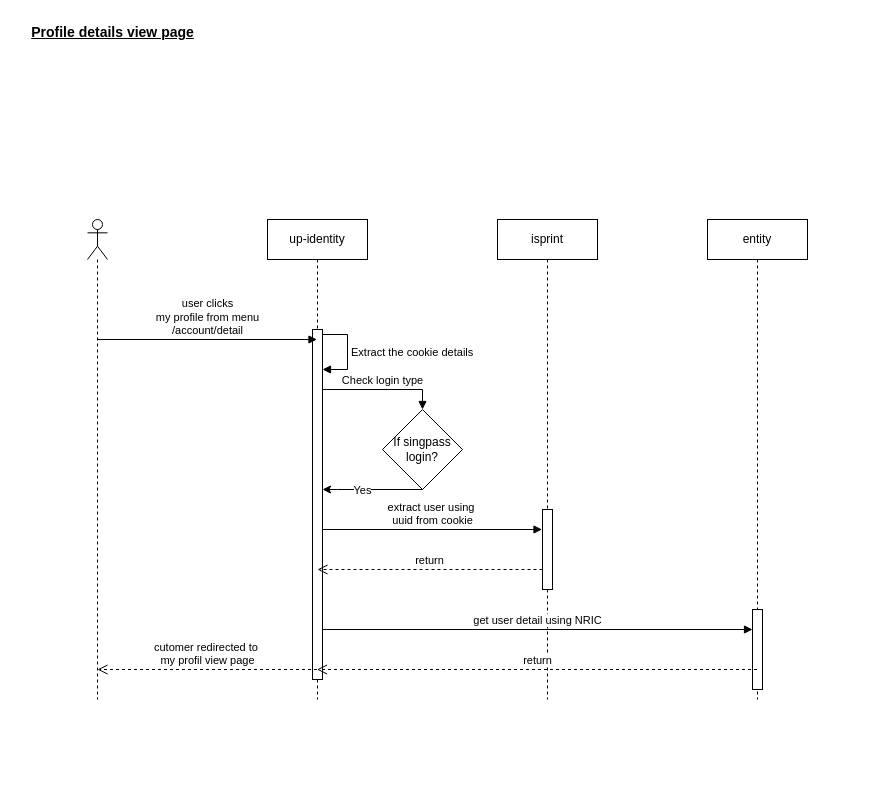
ajeeshraj56/drawio keeps this draw.io diagram as page "My profile view page" (1 of 2) of MyProfile.drawio. Above is the earlier version. Source tidied: cells renumbered, new cells numbered last; positions are measured from the earlier drawing's top-left corner, leaving out a move shared by most shapes. Both pictures are drawn from the tidied source at 100%, with x=0, y=0 at pixel (17, 17).
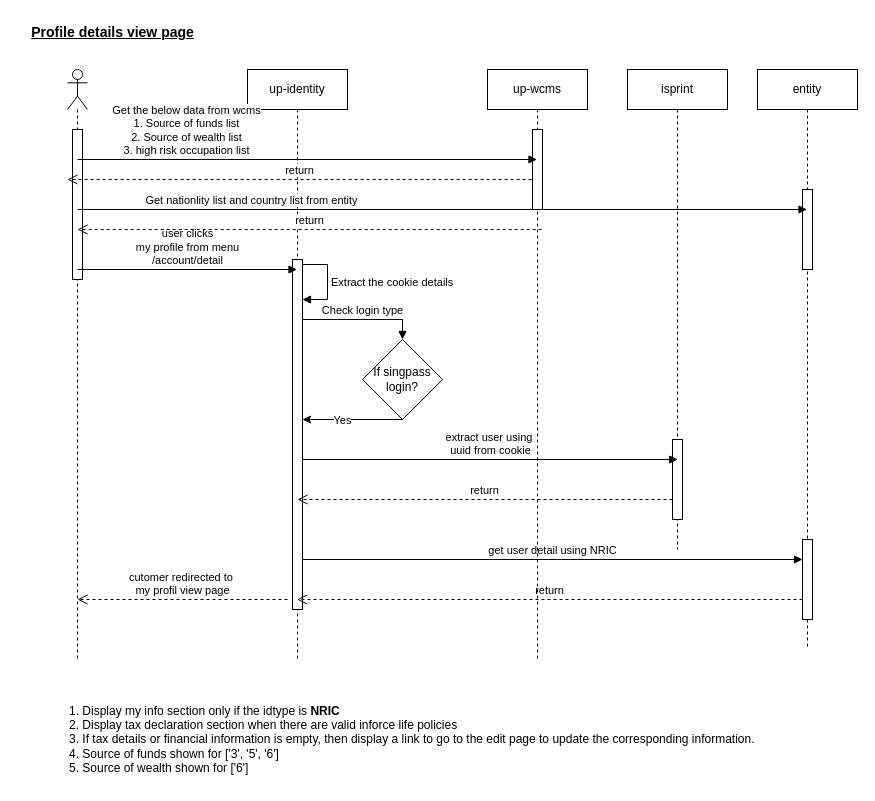
The same diagram, later.

Diff of the diagram source:
```diff
@@
     <mxCell id="2" style="shape=umlLifeline;perimeter=lifelinePerimeter;whiteSpace=wrap;html=1;newEdgeStyle={&quot;curved&quot;:0,&quot;rounded&quot;:0};participant=umlActor;" parent="1" vertex="1">
-      <mxGeometry x="70" y="202" width="20" height="480" as="geometry" />
+      <mxGeometry x="50" y="52" width="20" height="590" as="geometry" />
     </mxCell>
+    <mxCell id="21" style="html=1;perimeter=orthogonalPerimeter;targetShapes=umlLifeline;newEdgeStyle={&quot;curved&quot;:0,&quot;rounded&quot;:0};" parent="2" vertex="1">
+      <mxGeometry x="5" y="60" width="10" height="150" as="geometry" />
+    </mxCell>
@@
     <mxCell id="4" value="up-identity" style="shape=umlLifeline;perimeter=lifelinePerimeter;whiteSpace=wrap;html=1;outlineConnect=0;portConstraint=eastwest;newEdgeStyle={&quot;curved&quot;:0,&quot;rounded&quot;:0};" parent="1" vertex="1">
-      <mxGeometry x="250" y="202" width="100" height="480" as="geometry" />
+      <mxGeometry x="230" y="52" width="100" height="590" as="geometry" />
     </mxCell>
     <mxCell id="5" style="html=1;points=[[0,0,0,0,5],[0,1,0,0,-5],[1,0,0,0,5],[1,1,0,0,-5]];perimeter=orthogonalPerimeter;outlineConnect=0;targetShapes=umlLifeline;portConstraint=eastwest;newEdgeStyle={&quot;curved&quot;:0,&quot;rounded&quot;:0};" parent="4" vertex="1">
-      <mxGeometry x="45" y="110" width="10" height="350" as="geometry" />
+      <mxGeometry x="45" y="190" width="10" height="350" as="geometry" />
     </mxCell>
     <mxCell id="6" value="entity" style="shape=umlLifeline;perimeter=lifelinePerimeter;whiteSpace=wrap;html=1;newEdgeStyle={&quot;curved&quot;:0,&quot;rounded&quot;:0};" parent="1" vertex="1">
-      <mxGeometry x="690" y="202" width="100" height="480" as="geometry" />
+      <mxGeometry x="740" y="52" width="100" height="580" as="geometry" />
     </mxCell>
     <mxCell id="7" style="html=1;points=[[0,0,0,0,5],[0,1,0,0,-5],[1,0,0,0,5],[1,1,0,0,-5]];perimeter=orthogonalPerimeter;outlineConnect=0;targetShapes=umlLifeline;portConstraint=eastwest;newEdgeStyle={&quot;curved&quot;:0,&quot;rounded&quot;:0};" parent="6" vertex="1">
-      <mxGeometry x="45" y="390" width="10" height="80" as="geometry" />
+      <mxGeometry x="45" y="470" width="10" height="80" as="geometry" />
     </mxCell>
+    <mxCell id="22" style="html=1;perimeter=orthogonalPerimeter;targetShapes=umlLifeline;newEdgeStyle={&quot;curved&quot;:0,&quot;rounded&quot;:0};" parent="6" vertex="1">
+      <mxGeometry x="45" y="120" width="10" height="80" as="geometry" />
+    </mxCell>
-    <mxCell id="8" value="user clicks&lt;br&gt;my profile from menu&lt;br&gt;/account/detail" style="html=1;verticalAlign=bottom;endArrow=block;curved=0;rounded=0;" parent="1" edge="1" target="4">
+    <mxCell id="8" value="user clicks&lt;br&gt;my profile from menu&lt;br&gt;/account/detail" style="html=1;verticalAlign=bottom;endArrow=block;curved=0;rounded=0;" parent="1" edge="1">
       <mxGeometry relative="1" as="geometry">
-        <mxPoint x="80" y="322" as="sourcePoint" />
+        <mxPoint x="60" y="252" as="sourcePoint" />
+        <mxPoint x="279.5" y="252" as="targetPoint" />
       </mxGeometry>
     </mxCell>
     <mxCell id="9" value="isprint" style="shape=umlLifeline;perimeter=lifelinePerimeter;whiteSpace=wrap;html=1;newEdgeStyle={&quot;curved&quot;:0,&quot;rounded&quot;:0};" parent="1" vertex="1">
-      <mxGeometry x="480" y="202" width="100" height="480" as="geometry" />
+      <mxGeometry x="610" y="52" width="100" height="480" as="geometry" />
     </mxCell>
     <mxCell id="10" style="html=1;points=[[0,0,0,0,5],[0,1,0,0,-5],[1,0,0,0,5],[1,1,0,0,-5]];perimeter=orthogonalPerimeter;outlineConnect=0;targetShapes=umlLifeline;portConstraint=eastwest;newEdgeStyle={&quot;curved&quot;:0,&quot;rounded&quot;:0};" parent="9" vertex="1">
-      <mxGeometry x="45" y="290" width="10" height="80" as="geometry" />
+      <mxGeometry x="45" y="370" width="10" height="80" as="geometry" />
     </mxCell>
     <mxCell id="11" value="Extract the cookie details" style="html=1;align=left;spacingLeft=2;endArrow=block;rounded=0;edgeStyle=orthogonalEdgeStyle;curved=0;rounded=0;exitX=1;exitY=0;exitDx=0;exitDy=5;exitPerimeter=0;" parent="1" edge="1" source="5">
       <mxGeometry relative="1" as="geometry">
-        <mxPoint x="305" y="352" as="targetPoint" />
+        <mxPoint x="285" y="282" as="targetPoint" />
         <Array as="points">
-          <mxPoint x="330" y="317" />
-          <mxPoint x="330" y="352" />
+          <mxPoint x="310" y="247" />
+          <mxPoint x="310" y="282" />
         </Array>
       </mxGeometry>
     </mxCell>
     <mxCell id="12" style="rounded=0;jettySize=auto;html=1;exitX=0.5;exitY=1;exitDx=0;exitDy=0;" parent="1" edge="1" source="14" target="5">
       <mxGeometry relative="1" as="geometry">
         <Array as="points">
-          <mxPoint x="320" y="472" />
+          <mxPoint x="300" y="402" />
         </Array>
       </mxGeometry>
     </mxCell>
@@
     <mxCell id="14" value="If singpass&lt;br&gt;login?" style="rhombus;whiteSpace=wrap;html=1;" parent="1" vertex="1">
-      <mxGeometry x="365" y="392" width="80" height="80" as="geometry" />
+      <mxGeometry x="345" y="322" width="80" height="80" as="geometry" />
     </mxCell>
     <mxCell id="15" value="Check login type" style="html=1;verticalAlign=bottom;endArrow=block;rounded=0;entryX=0.5;entryY=0;entryDx=0;entryDy=0;edgeStyle=orthogonalEdgeStyle;" parent="1" edge="1" source="5" target="14">
       <mxGeometry relative="1" as="geometry">
         <Array as="points">
-          <mxPoint x="405" y="372" />
+          <mxPoint x="385" y="302" />
         </Array>
       </mxGeometry>
     </mxCell>
-    <mxCell id="16" value="extract user using&amp;nbsp;&lt;br&gt;uuid from cookie" style="html=1;verticalAlign=bottom;endArrow=block;curved=0;rounded=0;" parent="1" edge="1" source="5">
+    <mxCell id="16" value="extract user using&amp;nbsp;&lt;br&gt;uuid from cookie" style="html=1;verticalAlign=bottom;endArrow=block;curved=0;rounded=0;entryX=0.502;entryY=0.861;entryDx=0;entryDy=0;entryPerimeter=0;" parent="1" edge="1">
       <mxGeometry relative="1" as="geometry">
-        <mxPoint x="524.5" y="512" as="targetPoint" />
+        <mxPoint x="285" y="442" as="sourcePoint" />
+        <mxPoint x="660.2" y="442" as="targetPoint" />
       </mxGeometry>
     </mxCell>
     <mxCell id="17" value="return" style="html=1;verticalAlign=bottom;endArrow=open;dashed=1;endSize=8;curved=0;rounded=0;" parent="1" edge="1" source="10">
       <mxGeometry relative="1" as="geometry">
-        <mxPoint x="300" y="552" as="targetPoint" />
+        <mxPoint x="280" y="482" as="targetPoint" />
       </mxGeometry>
     </mxCell>
-    <mxCell id="18" value="get user detail using NRIC" style="html=1;verticalAlign=bottom;endArrow=block;curved=0;rounded=0;" parent="1" edge="1">
+    <mxCell id="18" value="get user detail using NRIC" style="html=1;verticalAlign=bottom;endArrow=block;curved=0;rounded=0;" parent="1" edge="1" target="7">
       <mxGeometry relative="1" as="geometry">
-        <mxPoint x="305" y="612" as="sourcePoint" />
-        <mxPoint x="735" y="612" as="targetPoint" />
+        <mxPoint x="285" y="542" as="sourcePoint" />
       </mxGeometry>
     </mxCell>
-    <mxCell id="19" value="return" style="html=1;verticalAlign=bottom;endArrow=open;dashed=1;endSize=8;curved=0;rounded=0;" parent="1" edge="1">
+    <mxCell id="19" value="return" style="html=1;verticalAlign=bottom;endArrow=open;dashed=1;endSize=8;curved=0;rounded=0;" parent="1" edge="1" source="7">
       <mxGeometry relative="1" as="geometry">
-        <mxPoint x="739.5" y="652" as="sourcePoint" />
-        <mxPoint x="299.5" y="652" as="targetPoint" />
+        <mxPoint x="279.5" y="582" as="targetPoint" />
       </mxGeometry>
     </mxCell>
     <mxCell id="20" value="cutomer redirected to&amp;nbsp;&lt;br&gt;my profil view page" style="html=1;verticalAlign=bottom;endArrow=open;dashed=1;endSize=8;curved=0;rounded=0;" parent="1" edge="1">
       <mxGeometry relative="1" as="geometry">
-        <mxPoint x="299.5" y="652" as="sourcePoint" />
-        <mxPoint x="80" y="652" as="targetPoint" />
+        <mxPoint x="270" y="582" as="sourcePoint" />
+        <mxPoint x="60" y="582" as="targetPoint" />
       </mxGeometry>
     </mxCell>
+    <mxCell id="23" value="1. Display my info section only if the idtype is &lt;b&gt;NRIC&lt;/b&gt;&lt;br&gt;2. Display tax declaration section when there are valid inforce life policies&lt;br&gt;3. If tax details or financial information is empty, then display a link to go to the edit page to update the corresponding information.&lt;br&gt;4. Source of funds shown for&amp;nbsp;['3', '5', '6']&lt;br&gt;5. Source of wealth shown for&amp;nbsp;['6']" style="text;html=1;align=left;verticalAlign=middle;strokeColor=none;fillColor=none;" parent="1" vertex="1">
+      <mxGeometry x="50" y="677" width="710" height="90" as="geometry" />
+    </mxCell>
+    <mxCell id="24" value="up-wcms" style="shape=umlLifeline;perimeter=lifelinePerimeter;whiteSpace=wrap;html=1;newEdgeStyle={&quot;curved&quot;:0,&quot;rounded&quot;:0};" parent="1" vertex="1">
+      <mxGeometry x="470" y="52" width="100" height="590" as="geometry" />
+    </mxCell>
+    <mxCell id="25" style="html=1;perimeter=orthogonalPerimeter;targetShapes=umlLifeline;newEdgeStyle={&quot;curved&quot;:0,&quot;rounded&quot;:0};" parent="24" vertex="1">
+      <mxGeometry x="45" y="60" width="10" height="80" as="geometry" />
+    </mxCell>
+    <mxCell id="26" value="Get the below data from wcms&lt;br&gt;1. Source of funds list&lt;br&gt;2. Source of wealth list&lt;br&gt;3. high risk occupation list&lt;br&gt;" style="html=1;verticalAlign=bottom;endArrow=block;curved=0;rounded=0;" parent="1" edge="1">
+      <mxGeometry x="-0.52" relative="1" as="geometry">
+        <mxPoint x="60" y="142" as="sourcePoint" />
+        <mxPoint x="519.5" y="142" as="targetPoint" />
+        <mxPoint x="-1" as="offset" />
+      </mxGeometry>
+    </mxCell>
+    <mxCell id="27" value="return" style="html=1;verticalAlign=bottom;endArrow=open;dashed=1;endSize=8;rounded=0;entryX=0.028;entryY=0.512;entryDx=0;entryDy=0;entryPerimeter=0;" parent="1" edge="1">
+      <mxGeometry relative="1" as="geometry">
+        <mxPoint x="514.2" y="162" as="sourcePoint" />
+        <mxPoint x="50" y="162" as="targetPoint" />
+      </mxGeometry>
+    </mxCell>
+    <mxCell id="28" value="Get nationlity list and country list from entity" style="html=1;verticalAlign=bottom;endArrow=block;curved=0;rounded=0;" parent="1" edge="1">
+      <mxGeometry x="-0.52" relative="1" as="geometry">
+        <mxPoint x="60" y="192" as="sourcePoint" />
+        <mxPoint x="789.5" y="192" as="targetPoint" />
+        <mxPoint x="-1" as="offset" />
+      </mxGeometry>
+    </mxCell>
+    <mxCell id="29" value="return" style="html=1;verticalAlign=bottom;endArrow=open;dashed=1;endSize=8;rounded=0;entryX=0.028;entryY=0.512;entryDx=0;entryDy=0;entryPerimeter=0;" parent="1" edge="1">
+      <mxGeometry relative="1" as="geometry">
+        <mxPoint x="524.2" y="212" as="sourcePoint" />
+        <mxPoint x="60" y="212" as="targetPoint" />
+      </mxGeometry>
+    </mxCell>
```
